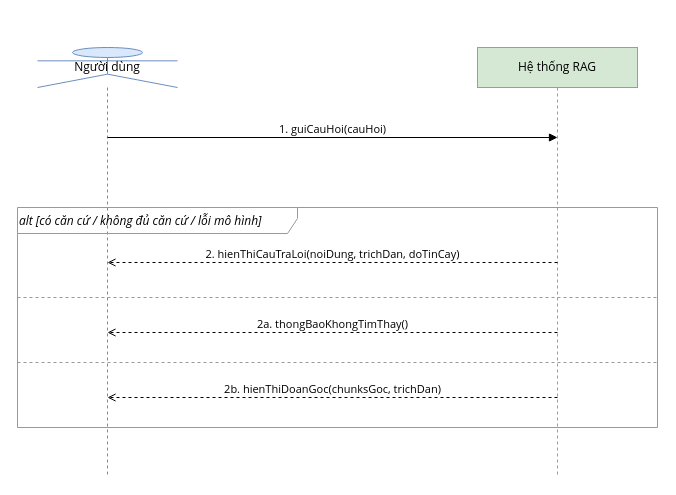
The draw.io diagram docs/design/diagrams/16-ssd-hoidap.drawio in NPhamDoan/RAG_LuatGT, before the edit. Source tidied: cells renumbered, new cells numbered last; positions are measured from the earlier drawing's top-left corner, leaving out a move shared by most shapes. Both pictures are drawn from the tidied source at 100%, with x=0, y=0 at pixel (17, 47).
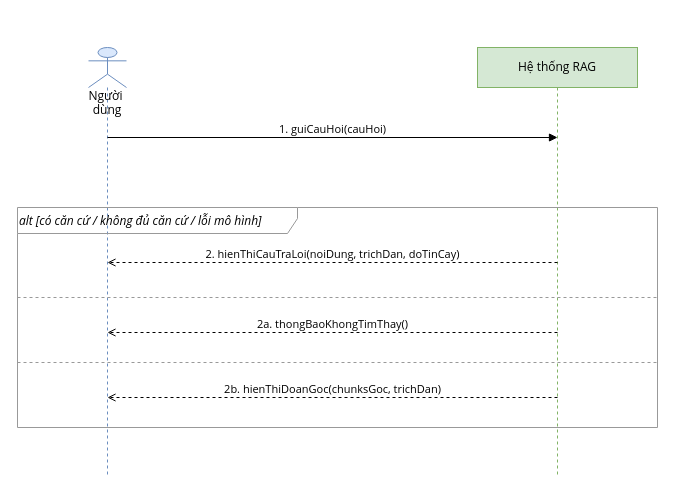
After the change.

The edit, as a diff of the source:
```diff
@@
 <mxGraphModel>
   <root>
     <mxCell id="0" />
     <mxCell id="1" parent="0" />
-    <mxCell id="2" value="Người dùng" style="shape=umlLifeline;participant=umlActor;perimeter=lifelinePerimeter;whiteSpace=wrap;html=1;fillColor=#dae8fc;strokeColor=#6c8ebf;fontFamily=Segoe UI;" parent="1" vertex="1">
-      <mxGeometry x="20" width="140" height="430" as="geometry" />
+    <mxCell id="2" value="&lt;div&gt;&lt;span style=&quot;background-color: transparent; color: light-dark(rgb(0, 0, 0), rgb(255, 255, 255));&quot;&gt;&lt;br&gt;&lt;/span&gt;&lt;/div&gt;&lt;span style=&quot;background-color: transparent; color: light-dark(rgb(0, 0, 0), rgb(255, 255, 255));&quot;&gt;&lt;div&gt;&lt;span style=&quot;background-color: transparent; color: light-dark(rgb(0, 0, 0), rgb(255, 255, 255));&quot;&gt;&lt;br&gt;&lt;/span&gt;&lt;/div&gt;&lt;div&gt;&lt;span style=&quot;background-color: transparent; color: light-dark(rgb(0, 0, 0), rgb(255, 255, 255));&quot;&gt;&lt;br&gt;&lt;/span&gt;&lt;/div&gt;&lt;div&gt;&lt;span style=&quot;background-color: transparent; color: light-dark(rgb(0, 0, 0), rgb(255, 255, 255));&quot;&gt;&lt;br&gt;&lt;/span&gt;&lt;/div&gt;&lt;div&gt;&lt;span style=&quot;background-color: transparent; color: light-dark(rgb(0, 0, 0), rgb(255, 255, 255));&quot;&gt;&lt;br&gt;&lt;/span&gt;&lt;/div&gt;Người&amp;nbsp;&lt;/span&gt;&lt;div&gt;&lt;div&gt;dùng&lt;/div&gt;&lt;/div&gt;" style="shape=umlLifeline;participant=umlActor;perimeter=lifelinePerimeter;whiteSpace=wrap;html=1;fillColor=#dae8fc;strokeColor=#6c8ebf;fontFamily=Segoe UI;" parent="1" vertex="1">
+      <mxGeometry x="71" width="38" height="430" as="geometry" />
     </mxCell>
     <mxCell id="3" value="Hệ thống RAG" style="shape=umlLifeline;perimeter=lifelinePerimeter;whiteSpace=wrap;html=1;fillColor=#d5e8d4;strokeColor=#82b366;fontFamily=Segoe UI;" parent="1" vertex="1">
       <mxGeometry x="460" width="160" height="430" as="geometry" />
     </mxCell>
     <mxCell id="4" value="alt [có căn cứ / không đủ căn cứ / lỗi mô hình]" style="shape=umlFrame;whiteSpace=wrap;html=1;width=280;height=26;fillColor=none;strokeColor=#999999;fontStyle=2;verticalAlign=top;align=left;fontFamily=Segoe UI;" parent="1" vertex="1">
       <mxGeometry y="160" width="640" height="220" as="geometry" />
     </mxCell>
     <mxCell id="5" style="endArrow=none;dashed=1;html=1;strokeColor=#999999;" parent="1" edge="1">
       <mxGeometry relative="1" as="geometry">
         <mxPoint y="250" as="sourcePoint" />
         <mxPoint x="640" y="250" as="targetPoint" />
       </mxGeometry>
     </mxCell>
     <mxCell id="6" style="endArrow=none;dashed=1;html=1;strokeColor=#999999;" parent="1" edge="1">
       <mxGeometry relative="1" as="geometry">
         <mxPoint y="315" as="sourcePoint" />
         <mxPoint x="640" y="315" as="targetPoint" />
       </mxGeometry>
     </mxCell>
     <mxCell id="7" value="1. guiCauHoi(cauHoi)" style="html=1;endArrow=block;endFill=1;fontFamily=Segoe UI;verticalAlign=bottom;" parent="1" edge="1">
       <mxGeometry relative="1" as="geometry">
         <mxPoint x="90" y="90" as="sourcePoint" />
         <mxPoint x="540" y="90" as="targetPoint" />
       </mxGeometry>
     </mxCell>
     <mxCell id="8" value="2. hienThiCauTraLoi(noiDung, trichDan, doTinCay)" style="html=1;endArrow=open;dashed=1;endFill=0;fontFamily=Segoe UI;verticalAlign=bottom;" parent="1" edge="1">
       <mxGeometry relative="1" as="geometry">
         <mxPoint x="540" y="215" as="sourcePoint" />
         <mxPoint x="90" y="215" as="targetPoint" />
       </mxGeometry>
     </mxCell>
     <mxCell id="9" value="2a. thongBaoKhongTimThay()" style="html=1;endArrow=open;dashed=1;endFill=0;fontFamily=Segoe UI;verticalAlign=bottom;" parent="1" edge="1">
       <mxGeometry relative="1" as="geometry">
         <mxPoint x="540" y="285" as="sourcePoint" />
         <mxPoint x="90" y="285" as="targetPoint" />
       </mxGeometry>
     </mxCell>
     <mxCell id="10" value="2b. hienThiDoanGoc(chunksGoc, trichDan)" style="html=1;endArrow=open;dashed=1;endFill=0;fontFamily=Segoe UI;verticalAlign=bottom;" parent="1" edge="1">
       <mxGeometry relative="1" as="geometry">
         <mxPoint x="540" y="350" as="sourcePoint" />
         <mxPoint x="90" y="350" as="targetPoint" />
       </mxGeometry>
     </mxCell>
   </root>
 </mxGraphModel>
```
